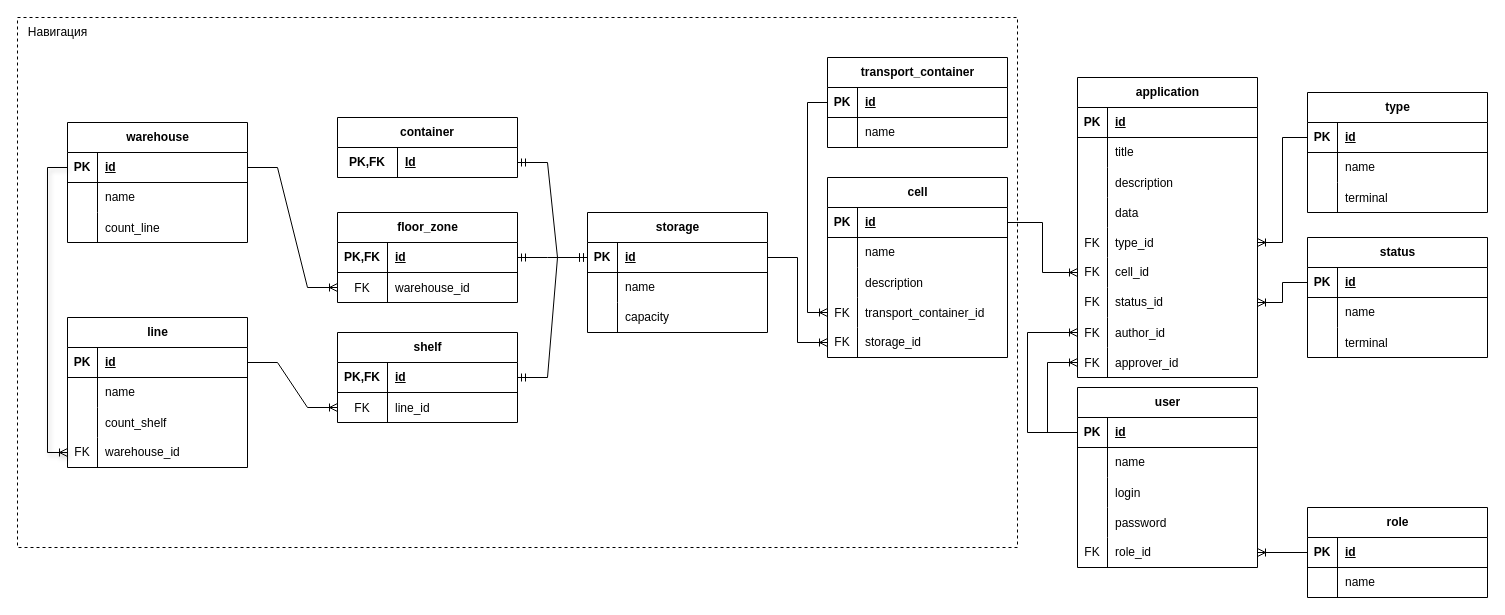
The draw.io diagram page "Страница — 3" (3 of 4) of склад пежон.drawio in georgy006/Pejon, before the edit. Source tidied: cells renumbered, new cells numbered last; positions are measured from the earlier drawing's top-left corner, leaving out a move shared by most shapes. Both pictures are drawn from the tidied source at 100%, with x=0, y=0 at pixel (17, 17).
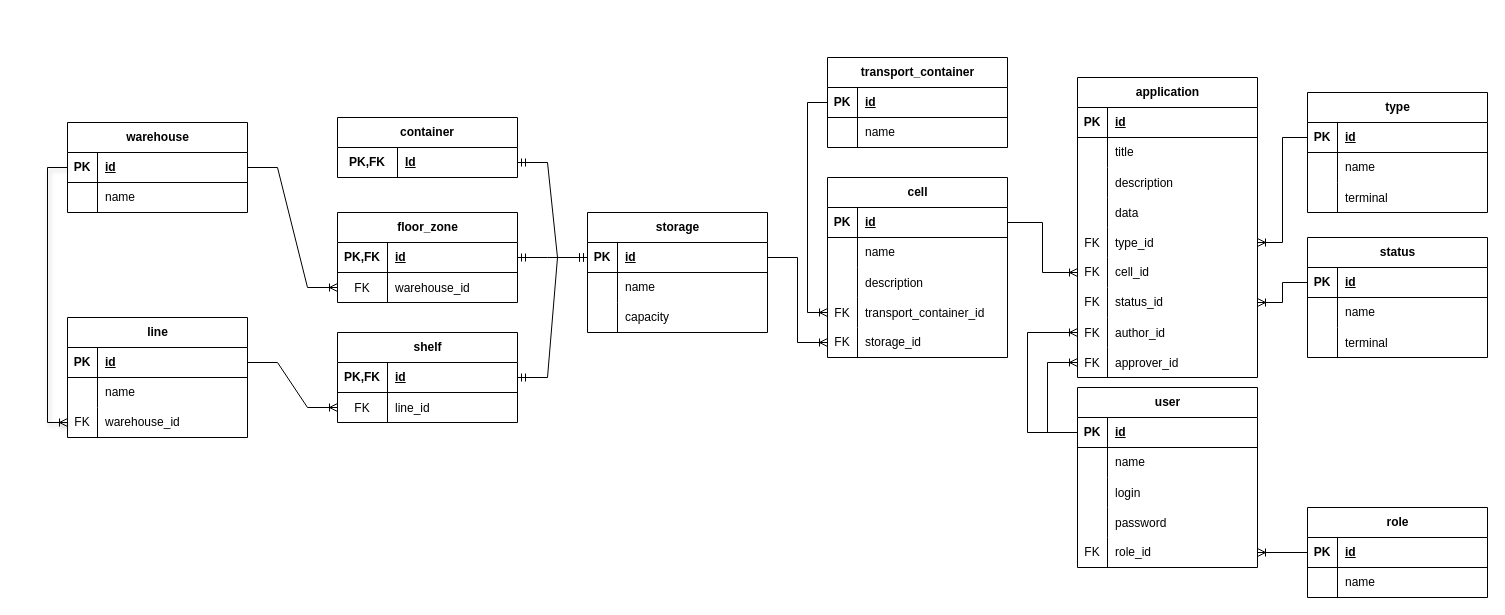
The same diagram, later.

The edit, as a diff of the source:
```diff
@@
-    <mxCell id="2" style="rounded=0;whiteSpace=wrap;html=1;dashed=1;" parent="1" vertex="1">
-      <mxGeometry width="1000" height="530" as="geometry" />
-    </mxCell>
     <mxCell id="3" value="line" style="shape=table;startSize=30;childLayout=tableLayout;rowLines=0;fontStyle=1;align=center;html=1;" parent="1" vertex="1">
-      <mxGeometry x="50" y="300" width="180" height="150" as="geometry" />
+      <mxGeometry x="50" y="300" width="180" height="120" as="geometry" />
     </mxCell>
@@
-    <mxCell id="10" style="shape=tableRow;horizontal=0;startSize=0;swimlaneHead=0;swimlaneBody=0;fillColor=none;top=0;left=0;right=0;bottom=0;" parent="3" vertex="1">
-      <mxGeometry y="90" width="180" height="30" as="geometry" />
-    </mxCell>
-    <mxCell id="11" style="shape=partialRectangle;fillColor=none;top=0;left=0;bottom=0;right=0;overflow=hidden;" parent="10" vertex="1">
-      <mxGeometry width="30" height="30" as="geometry" />
-    </mxCell>
-    <mxCell id="12" value="count_shelf" style="shape=partialRectangle;fillColor=none;top=0;left=0;bottom=0;right=0;align=left;spacingLeft=6;overflow=hidden;" parent="10" vertex="1">
-      <mxGeometry x="30" width="150" height="30" as="geometry" />
-    </mxCell>
     <mxCell id="13" style="shape=tableRow;horizontal=0;startSize=0;swimlaneHead=0;swimlaneBody=0;fillColor=none;points=[[0,0.5],[1,0.5]];portConstraint=eastwest;top=0;left=0;right=0;bottom=0;" parent="3" vertex="1">
-      <mxGeometry y="120" width="180" height="30" as="geometry" />
+      <mxGeometry y="90" width="180" height="30" as="geometry" />
     </mxCell>
@@
     <mxCell id="62" value="warehouse" style="shape=table;startSize=30;childLayout=tableLayout;rowLines=0;fontStyle=1;align=center;html=1;" parent="1" vertex="1">
-      <mxGeometry x="50" y="105" width="180" height="120" as="geometry" />
+      <mxGeometry x="50" y="105" width="180" height="90" as="geometry" />
     </mxCell>
@@
-    <mxCell id="69" style="shape=tableRow;horizontal=0;startSize=0;swimlaneHead=0;swimlaneBody=0;fillColor=none;top=0;left=0;right=0;bottom=0;" parent="62" vertex="1">
-      <mxGeometry y="90" width="180" height="30" as="geometry" />
-    </mxCell>
-    <mxCell id="70" style="shape=partialRectangle;fillColor=none;top=0;left=0;bottom=0;right=0;overflow=hidden;" parent="69" vertex="1">
-      <mxGeometry width="30" height="30" as="geometry" />
-    </mxCell>
-    <mxCell id="71" value="count_line" style="shape=partialRectangle;fillColor=none;top=0;left=0;bottom=0;right=0;align=left;spacingLeft=6;overflow=hidden;" parent="69" vertex="1">
-      <mxGeometry x="30" width="150" height="30" as="geometry" />
-    </mxCell>
@@
-    <mxCell id="162" value="Навигация" style="text;html=1;align=center;verticalAlign=middle;strokeColor=none;fillColor=none;" parent="1" vertex="1">
-      <mxGeometry width="80" height="30" as="geometry" />
-    </mxCell>
```
